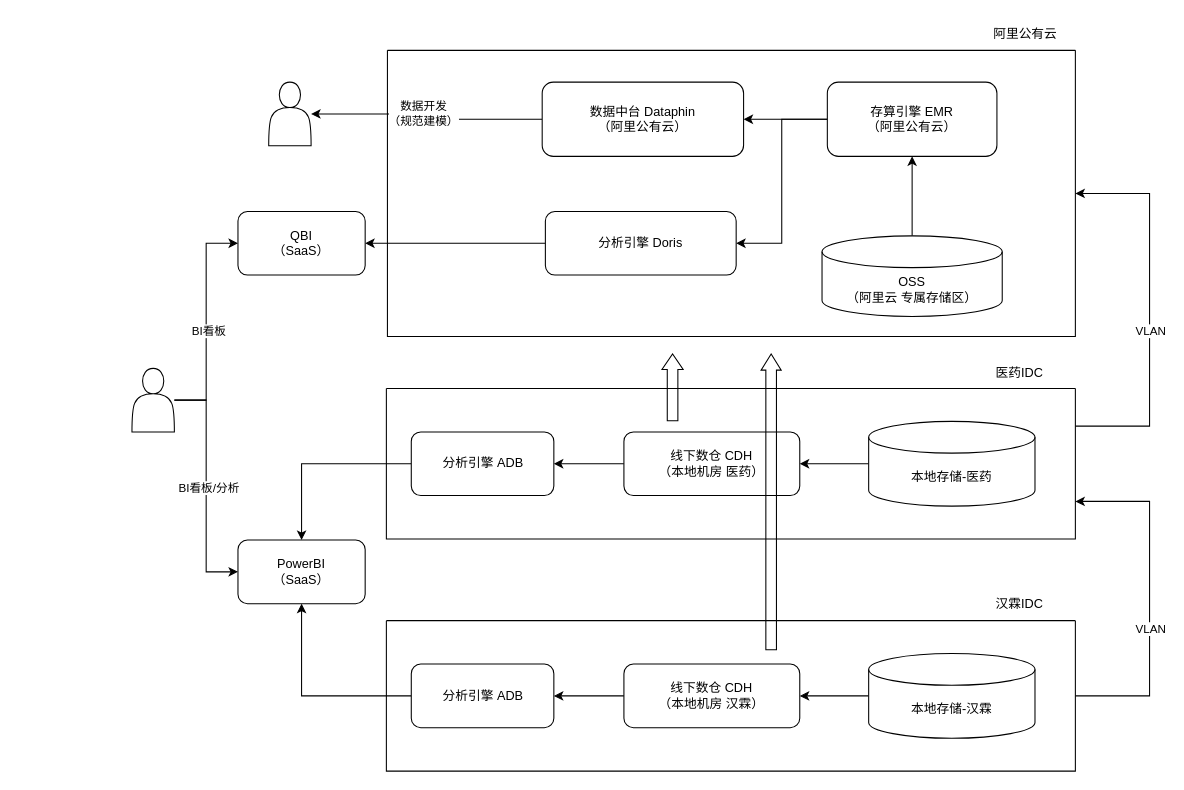
Above: public/医药数据中台及BI.drawio in leestar991/agi-proxy (draw.io), before the change. Source tidied: cells renumbered, new cells numbered last; positions are measured from the earlier drawing's top-left corner, leaving out a move shared by most shapes. Both pictures are drawn from the tidied source at 106%, with x=0, y=0 at pixel (131, 18).
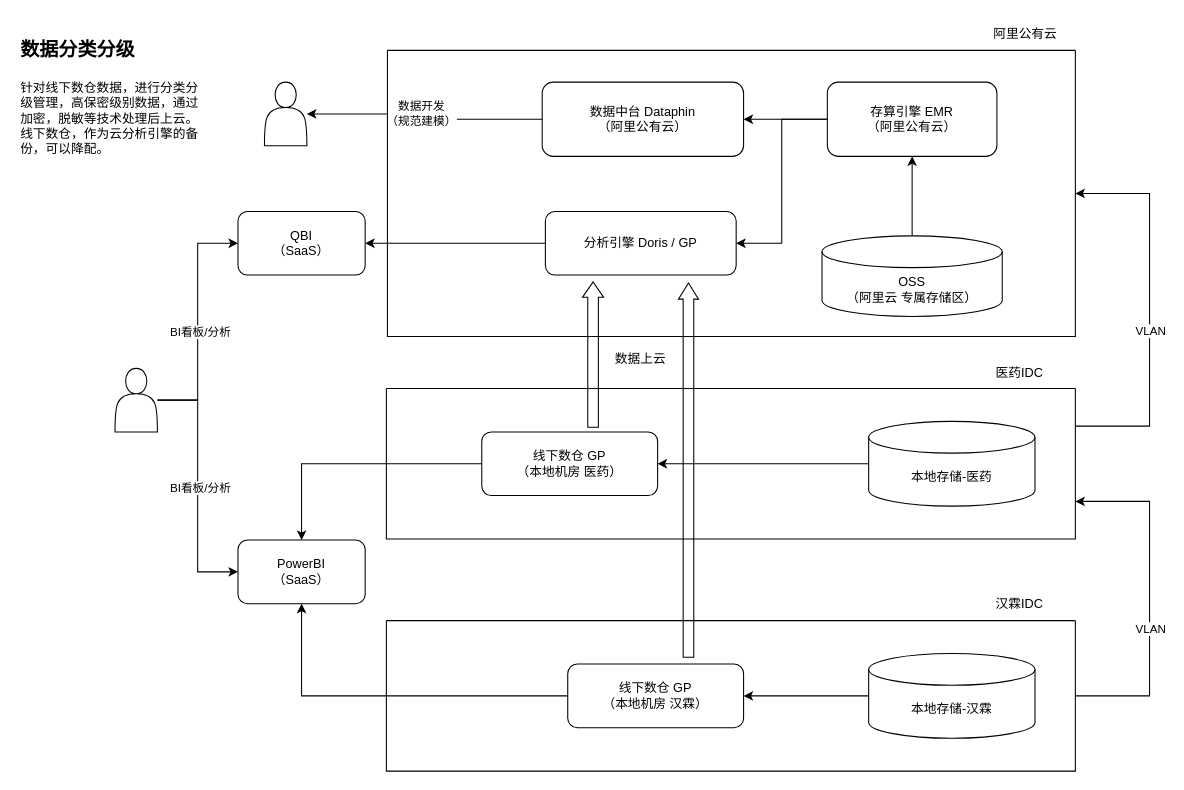
The same page after the edit.

Commit message:
更新医药数据中台及BI.drawio

Unchanged cells that the change refers to:
```xml
<mxCell id="14" style="edgeStyle=orthogonalEdgeStyle;rounded=0;jettySize=auto;html=1;entryX=0;entryY=0.5;entryDx=0;entryDy=0;" parent="1" edge="1" source="18" target="13">
  <mxGeometry relative="1" as="geometry" />
</mxCell>
<mxCell id="21" value="PowerBI&lt;div&gt;（SaaS）&lt;/div&gt;" style="rounded=1;whiteSpace=wrap;html=1;" parent="1" vertex="1">
  <mxGeometry x="100" y="492" width="120" height="60" as="geometry" />
</mxCell>
<mxCell id="22" style="group;" parent="1" vertex="1">
  <mxGeometry x="240" y="320" width="650" height="171" as="geometry" />
</mxCell>
<mxCell id="28" style="swimlane;startSize=0;" parent="22" vertex="1">
  <mxGeometry y="29" width="650" height="142" as="geometry" />
</mxCell>
<mxCell id="32" style="group;" parent="1" vertex="1">
  <mxGeometry x="240" y="538" width="650" height="172" as="geometry" />
</mxCell>
<mxCell id="38" style="swimlane;startSize=0;" parent="32" vertex="1">
  <mxGeometry y="30" width="650" height="142" as="geometry" />
</mxCell>
```

Diff of the diagram source:
```diff
@@
     <mxCell id="10" style="shape=actor;whiteSpace=wrap;html=1;" parent="1" vertex="1">
-      <mxGeometry x="129" y="60" width="40" height="60" as="geometry" />
+      <mxGeometry x="125" y="60" width="40" height="60" as="geometry" />
     </mxCell>
@@
-    <mxCell id="12" value="分析引擎 Doris" style="rounded=1;whiteSpace=wrap;html=1;" parent="1" vertex="1">
+    <mxCell id="12" value="分析引擎 Doris / GP" style="rounded=1;whiteSpace=wrap;html=1;" parent="1" vertex="1">
       <mxGeometry x="390" y="182" width="180" height="60" as="geometry" />
     </mxCell>
@@
-    <mxCell id="15" value="&amp;nbsp;BI看板" style="edgeLabel;html=1;align=center;verticalAlign=middle;" parent="14" vertex="1">
+    <mxCell id="15" value="&amp;nbsp;BI看板/分析" style="edgeLabel;html=1;align=center;verticalAlign=middle;" parent="14" vertex="1">
       <mxGeometry x="-0.07" relative="1" as="geometry">
         <mxPoint y="1" as="offset" />
       </mxGeometry>
     </mxCell>
@@
     <mxCell id="18" style="shape=actor;whiteSpace=wrap;html=1;" parent="1" vertex="1">
-      <mxGeometry y="330" width="40" height="60" as="geometry" />
+      <mxGeometry x="-16" y="330" width="40" height="60" as="geometry" />
     </mxCell>
-    <mxCell id="19" style="edgeStyle=orthogonalEdgeStyle;rounded=0;jettySize=auto;html=1;entryX=0.5;entryY=0;entryDx=0;entryDy=0;" parent="1" edge="1" source="27" target="21">
-      <mxGeometry relative="1" as="geometry" />
-    </mxCell>
-    <mxCell id="20" style="edgeStyle=orthogonalEdgeStyle;rounded=0;jettySize=auto;html=1;entryX=0.5;entryY=1;entryDx=0;entryDy=0;" parent="1" edge="1" source="37" target="21">
-      <mxGeometry relative="1" as="geometry" />
-    </mxCell>
@@
-    <mxCell id="23" style="edgeStyle=orthogonalEdgeStyle;rounded=0;jettySize=auto;html=1;" parent="22" edge="1" source="24" target="27">
-      <mxGeometry relative="1" as="geometry" />
-    </mxCell>
-    <mxCell id="24" value="线下数仓 CDH&lt;div&gt;（本地机房 医药）&lt;/div&gt;" style="rounded=1;whiteSpace=wrap;html=1;" parent="22" vertex="1">
-      <mxGeometry x="224.1" y="70" width="165.9" height="60" as="geometry" />
-    </mxCell>
@@
-    <mxCell id="27" value="分析引擎&lt;span style=&quot;background-color: initial;&quot;&gt;&amp;nbsp;ADB&lt;/span&gt;" style="rounded=1;whiteSpace=wrap;html=1;" parent="22" vertex="1">
-      <mxGeometry x="23.5" y="70" width="134.5" height="60" as="geometry" />
-    </mxCell>
@@
+    <mxCell id="24" value="线下数仓 GP&lt;div&gt;（本地机房 医药）&lt;/div&gt;" style="rounded=1;whiteSpace=wrap;html=1;" parent="28" vertex="1">
+      <mxGeometry x="90" y="41" width="165.9" height="60" as="geometry" />
+    </mxCell>
+    <mxCell id="31" value="医药IDC" style="text;html=1;align=center;verticalAlign=middle;whiteSpace=wrap;rounded=0;" parent="22" vertex="1">
+      <mxGeometry x="544.7" width="105.3" height="30" as="geometry" />
+    </mxCell>
-    <mxCell id="29" style="shape=flexArrow;endArrow=classic;html=1;rounded=0;endWidth=9;endSize=4.5;" parent="28" edge="1">
+    <mxCell id="29" style="shape=flexArrow;endArrow=classic;html=1;rounded=0;endWidth=9;endSize=4.5;entryX=0.25;entryY=1;entryDx=0;entryDy=0;" parent="22" edge="1">
       <mxGeometry relative="1" as="geometry">
-        <mxPoint x="270" y="31" as="sourcePoint" />
-        <mxPoint x="270" y="-33" as="targetPoint" />
+        <mxPoint x="195" y="66" as="sourcePoint" />
+        <mxPoint x="195" y="-72" as="targetPoint" />
       </mxGeometry>
     </mxCell>
-    <mxCell id="30" style="shape=flexArrow;endArrow=classic;html=1;rounded=0;endWidth=8;endSize=4.73;" parent="28" edge="1">
-      <mxGeometry relative="1" as="geometry">
-        <mxPoint x="363" y="247" as="sourcePoint" />
-        <mxPoint x="363" y="-33" as="targetPoint" />
-      </mxGeometry>
-    </mxCell>
-    <mxCell id="31" value="医药IDC" style="text;html=1;align=center;verticalAlign=middle;whiteSpace=wrap;rounded=0;" parent="22" vertex="1">
-      <mxGeometry x="544.7" width="105.3" height="30" as="geometry" />
-    </mxCell>
@@
-    <mxCell id="33" style="edgeStyle=orthogonalEdgeStyle;rounded=0;jettySize=auto;html=1;entryX=1;entryY=0.5;entryDx=0;entryDy=0;" parent="32" edge="1" source="34" target="37">
-      <mxGeometry relative="1" as="geometry" />
-    </mxCell>
-    <mxCell id="34" value="线下数仓 CDH&lt;div&gt;（本地机房 汉霖）&lt;/div&gt;" style="rounded=1;whiteSpace=wrap;html=1;" parent="32" vertex="1">
-      <mxGeometry x="224.1" y="71" width="165.9" height="60" as="geometry" />
-    </mxCell>
@@
-    <mxCell id="37" value="分析引擎 ADB" style="rounded=1;whiteSpace=wrap;html=1;" parent="32" vertex="1">
-      <mxGeometry x="23.5" y="71" width="134.5" height="60" as="geometry" />
-    </mxCell>
@@
+    <mxCell id="34" value="线下数仓 GP&lt;div&gt;（本地机房 汉霖）&lt;/div&gt;" style="rounded=1;whiteSpace=wrap;html=1;" parent="38" vertex="1">
+      <mxGeometry x="171.1" y="41" width="165.9" height="60" as="geometry" />
+    </mxCell>
@@
+    <mxCell id="23" style="edgeStyle=orthogonalEdgeStyle;rounded=0;jettySize=auto;html=1;entryX=0.5;entryY=0;entryDx=0;entryDy=0;" parent="1" edge="1" source="24" target="21">
+      <mxGeometry relative="1" as="geometry" />
+    </mxCell>
+    <mxCell id="33" style="edgeStyle=orthogonalEdgeStyle;rounded=0;jettySize=auto;html=1;entryX=0.5;entryY=1;entryDx=0;entryDy=0;" parent="1" edge="1" source="34" target="21">
+      <mxGeometry relative="1" as="geometry" />
+    </mxCell>
+    <mxCell id="30" style="shape=flexArrow;endArrow=classic;html=1;rounded=0;endWidth=8;endSize=4.73;entryX=0.75;entryY=1;entryDx=0;entryDy=0;" parent="1" edge="1">
+      <mxGeometry relative="1" as="geometry">
+        <mxPoint x="525" y="603" as="sourcePoint" />
+        <mxPoint x="525" y="249" as="targetPoint" />
+      </mxGeometry>
+    </mxCell>
+    <mxCell id="46" value="数据上云" style="text;html=1;align=center;verticalAlign=middle;whiteSpace=wrap;rounded=0;" parent="1" vertex="1">
+      <mxGeometry x="450" y="306" width="60" height="30" as="geometry" />
+    </mxCell>
+    <mxCell id="47" value="&lt;h1 style=&quot;margin-top: 0px;&quot;&gt;&lt;font style=&quot;font-size: 18px;&quot;&gt;数据分类分级&lt;/font&gt;&lt;/h1&gt;&lt;p&gt;针对线下数仓数据，进行分类分级管理，高保密级别数据，通过加密，脱敏等技术处理后上云。线下数仓，作为云分析引擎的备份，可以降配。&lt;/p&gt;" style="text;html=1;whiteSpace=wrap;overflow=hidden;rounded=0;" parent="1" vertex="1">
+      <mxGeometry x="-107" y="7" width="180" height="120" as="geometry" />
+    </mxCell>
```
